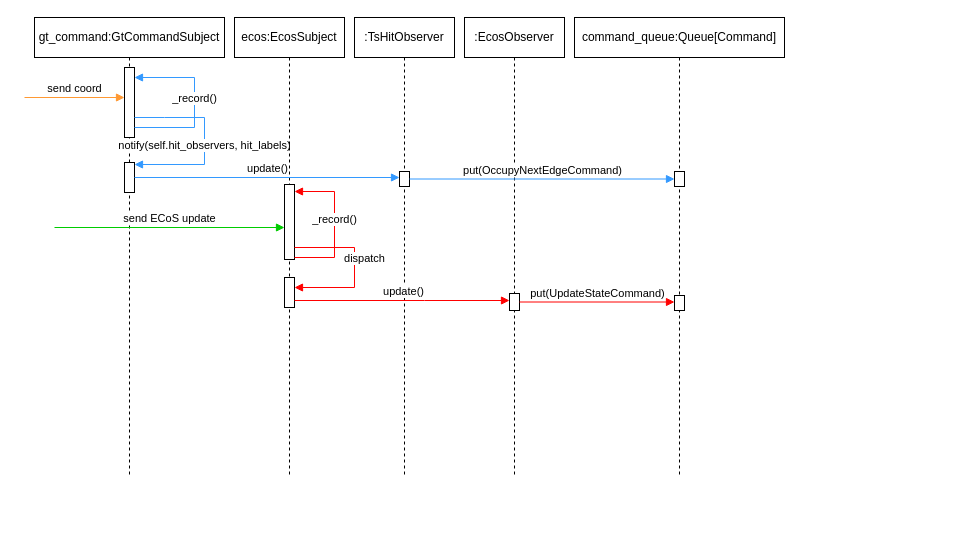
Before: procedural/trainswitch_hit.drawio in pascalreiss/draw_io_stuff, a draw.io diagram. Source tidied: cells renumbered, new cells numbered last; positions are measured from the earlier drawing's top-left corner, leaving out a move shared by most shapes. Both pictures are drawn from the tidied source at 100%, with x=0, y=0 at pixel (24, 17).
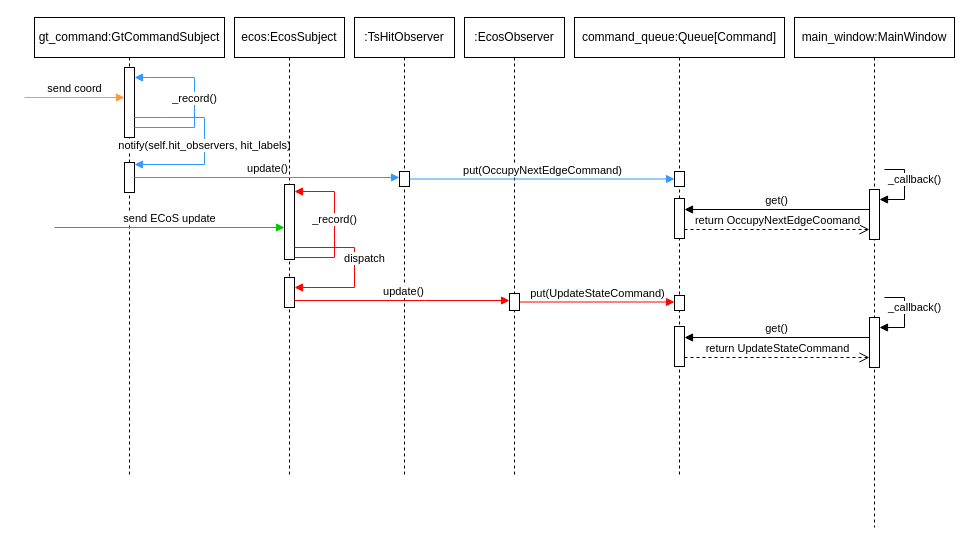
After the change.

Unchanged cells that the change refers to:
```xml
<mxCell id="18" value="command_queue:Queue[Command]" style="shape=umlLifeline;perimeter=lifelinePerimeter;whiteSpace=wrap;html=1;newEdgeStyle={&quot;curved&quot;:0,&quot;rounded&quot;:0};" parent="1" vertex="1">
  <mxGeometry x="550" width="210" height="460" as="geometry" />
</mxCell>
```

Diff of the diagram source:
```diff
@@
+    <mxCell id="25" style="html=1;points=[[0,0,0,0,5],[0,1,0,0,-5],[1,0,0,0,5],[1,1,0,0,-5]];perimeter=orthogonalPerimeter;outlineConnect=0;targetShapes=umlLifeline;portConstraint=eastwest;newEdgeStyle={&quot;curved&quot;:0,&quot;rounded&quot;:0};" parent="18" vertex="1">
+      <mxGeometry x="100" y="309" width="10" height="40" as="geometry" />
+    </mxCell>
@@
+    <mxCell id="26" value="main_window:MainWindow" style="shape=umlLifeline;perimeter=lifelinePerimeter;whiteSpace=wrap;html=1;newEdgeStyle={&quot;curved&quot;:0,&quot;rounded&quot;:0};" parent="1" vertex="1">
+      <mxGeometry x="770" width="160" height="510" as="geometry" />
+    </mxCell>
+    <mxCell id="27" style="html=1;points=[[0,0,0,0,5],[0,1,0,0,-5],[1,0,0,0,5],[1,1,0,0,-5]];perimeter=orthogonalPerimeter;outlineConnect=0;targetShapes=umlLifeline;portConstraint=eastwest;newEdgeStyle={&quot;curved&quot;:0,&quot;rounded&quot;:0};" parent="26" vertex="1">
+      <mxGeometry x="75" y="300" width="10" height="50" as="geometry" />
+    </mxCell>
+    <mxCell id="28" value="_callback()" style="html=1;align=left;spacingLeft=2;endArrow=block;rounded=0;edgeStyle=orthogonalEdgeStyle;curved=0;rounded=0;" parent="26" edge="1" target="27">
+      <mxGeometry x="-1" y="-10" relative="1" as="geometry">
+        <mxPoint x="90" y="280" as="sourcePoint" />
+        <Array as="points">
+          <mxPoint x="90" y="280" />
+          <mxPoint x="110" y="280" />
+          <mxPoint x="110" y="310" />
+        </Array>
+      </mxGeometry>
+    </mxCell>
+    <mxCell id="29" style="html=1;points=[[0,0,0,0,5],[0,1,0,0,-5],[1,0,0,0,5],[1,1,0,0,-5]];perimeter=orthogonalPerimeter;outlineConnect=0;targetShapes=umlLifeline;portConstraint=eastwest;newEdgeStyle={&quot;curved&quot;:0,&quot;rounded&quot;:0};" parent="26" vertex="1">
+      <mxGeometry x="-120" y="181" width="10" height="40" as="geometry" />
+    </mxCell>
+    <mxCell id="30" style="html=1;points=[[0,0,0,0,5],[0,1,0,0,-5],[1,0,0,0,5],[1,1,0,0,-5]];perimeter=orthogonalPerimeter;outlineConnect=0;targetShapes=umlLifeline;portConstraint=eastwest;newEdgeStyle={&quot;curved&quot;:0,&quot;rounded&quot;:0};" parent="26" vertex="1">
+      <mxGeometry x="75" y="172" width="10" height="50" as="geometry" />
+    </mxCell>
+    <mxCell id="31" value="get()" style="html=1;verticalAlign=bottom;endArrow=block;curved=0;rounded=0;" parent="26" edge="1" source="30" target="29">
+      <mxGeometry relative="1" as="geometry">
+        <Array as="points">
+          <mxPoint x="-20" y="192" />
+        </Array>
+      </mxGeometry>
+    </mxCell>
+    <mxCell id="32" value="return OccupyNextEdgeCoomand" style="html=1;verticalAlign=bottom;endArrow=open;dashed=1;endSize=8;curved=0;rounded=0;" parent="26" edge="1" source="29" target="30">
+      <mxGeometry relative="1" as="geometry">
+        <Array as="points">
+          <mxPoint x="-20" y="212" />
+        </Array>
+      </mxGeometry>
+    </mxCell>
+    <mxCell id="33" value="_callback()" style="html=1;align=left;spacingLeft=2;endArrow=block;rounded=0;edgeStyle=orthogonalEdgeStyle;curved=0;rounded=0;" parent="26" edge="1" target="30">
+      <mxGeometry x="-1" y="-10" relative="1" as="geometry">
+        <mxPoint x="90" y="152" as="sourcePoint" />
+        <Array as="points">
+          <mxPoint x="90" y="152" />
+          <mxPoint x="110" y="152" />
+          <mxPoint x="110" y="182" />
+        </Array>
+      </mxGeometry>
+    </mxCell>
+    <mxCell id="34" value="get()" style="html=1;verticalAlign=bottom;endArrow=block;curved=0;rounded=0;" parent="1" edge="1" source="27" target="25">
+      <mxGeometry relative="1" as="geometry">
+        <Array as="points">
+          <mxPoint x="750" y="320" />
+        </Array>
+      </mxGeometry>
+    </mxCell>
+    <mxCell id="35" value="return UpdateStateCommand" style="html=1;verticalAlign=bottom;endArrow=open;dashed=1;endSize=8;curved=0;rounded=0;" parent="1" edge="1" source="25" target="27">
+      <mxGeometry relative="1" as="geometry">
+        <Array as="points">
+          <mxPoint x="750" y="340" />
+        </Array>
+      </mxGeometry>
+    </mxCell>
```
